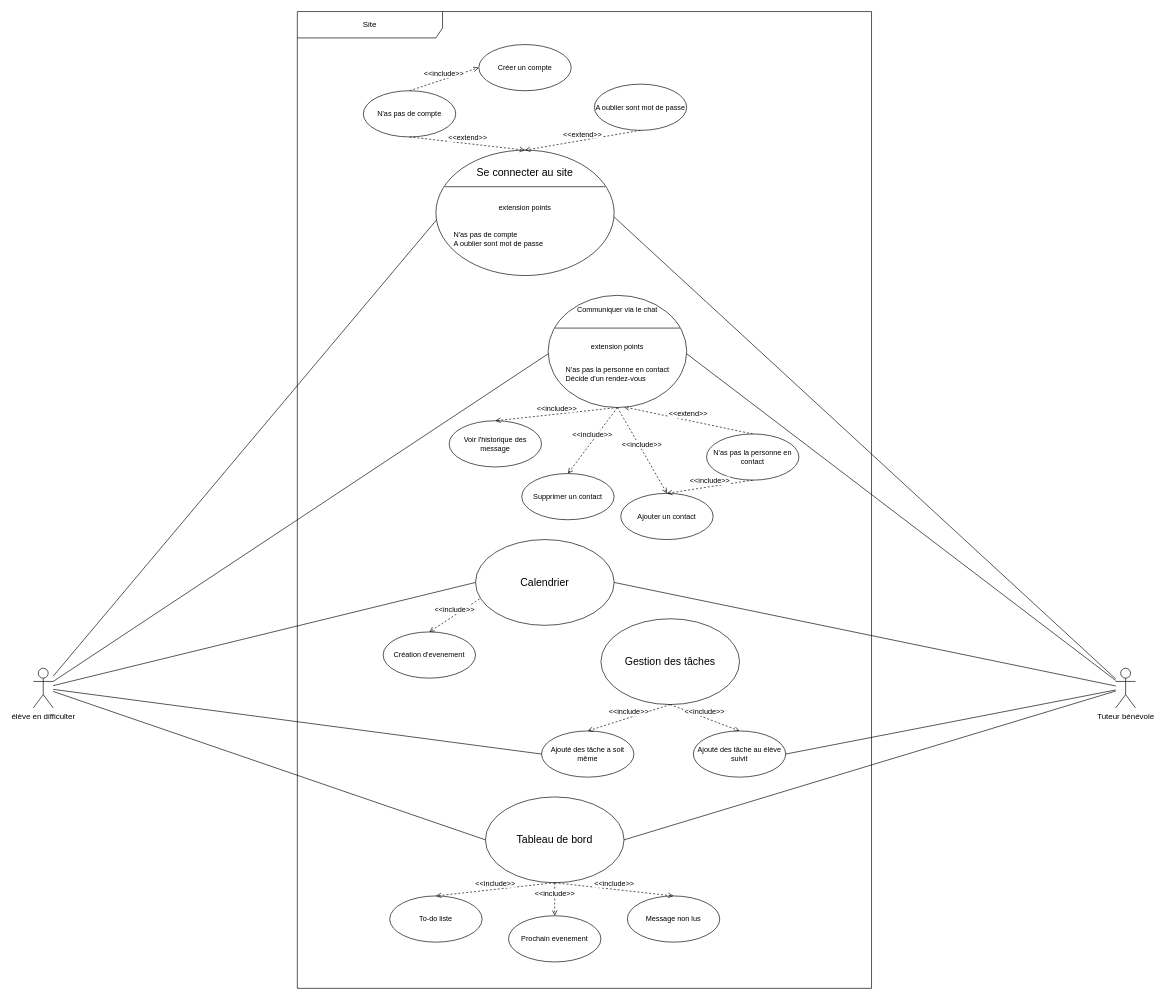
Above: diagramme_de_cas_d'usage.drawio in CuteSlime/P3-Learn-home (draw.io), before the change. Source tidied: cells renumbered, new cells numbered last; positions are measured from the earlier drawing's top-left corner, leaving out a move shared by most shapes. Both pictures are drawn from the tidied source at 66%, with x=0, y=0 at pixel (33, 11).
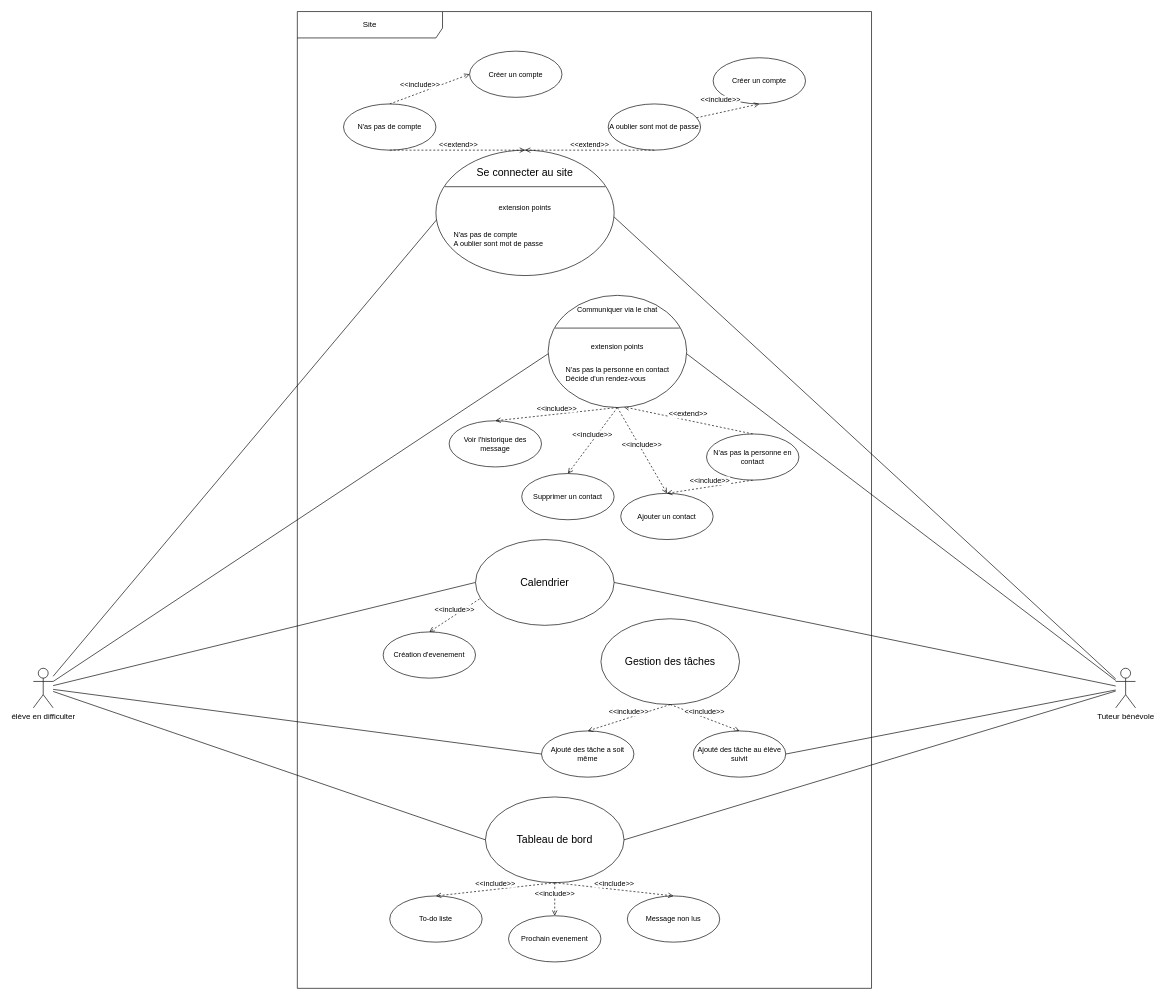
The same diagram, later.

Commit message:
Mettre à jour diagramme_de_cas_d'usage.drawio

The edit, as a diff of the source:
```diff
@@
     <mxCell id="15" value="N'as pas de compte" style="ellipse;whiteSpace=wrap;html=1;fontFamily=Helvetica;fontSize=11;fontColor=default;" parent="1" vertex="1">
-      <mxGeometry x="500" y="120" width="140" height="70" as="geometry" />
+      <mxGeometry x="470" y="140" width="140" height="70" as="geometry" />
     </mxCell>
@@
     <mxCell id="22" value="&amp;lt;&amp;lt;include&amp;gt;&amp;gt;" style="html=1;verticalAlign=bottom;labelBackgroundColor=default;endArrow=open;endFill=0;dashed=1;rounded=0;strokeColor=default;fontFamily=Helvetica;fontSize=11;fontColor=default;shape=connector;exitX=0.5;exitY=0;exitDx=0;exitDy=0;entryX=0;entryY=0.5;entryDx=0;entryDy=0;" parent="1" edge="1" source="15" target="23">
-      <mxGeometry relative="1" as="geometry" />
+      <mxGeometry x="-0.23" y="3" relative="1" as="geometry" />
     </mxCell>
     <mxCell id="23" value="Créer un compte" style="ellipse;whiteSpace=wrap;html=1;fontFamily=Helvetica;fontSize=11;fontColor=default;" parent="1" vertex="1">
-      <mxGeometry x="675" y="50" width="140" height="70" as="geometry" />
+      <mxGeometry x="661" y="60" width="140" height="70" as="geometry" />
     </mxCell>
     <mxCell id="24" value="A oublier sont mot de passe" style="ellipse;whiteSpace=wrap;html=1;fontFamily=Helvetica;fontSize=11;fontColor=default;" parent="1" vertex="1">
-      <mxGeometry x="850" y="110" width="140" height="70" as="geometry" />
+      <mxGeometry x="871" y="140" width="140" height="70" as="geometry" />
     </mxCell>
@@
+    <mxCell id="55" value="Créer un compte" style="ellipse;whiteSpace=wrap;html=1;fontFamily=Helvetica;fontSize=11;fontColor=default;" parent="1" vertex="1">
+      <mxGeometry x="1030" y="70" width="140" height="70" as="geometry" />
+    </mxCell>
+    <mxCell id="56" value="&amp;lt;&amp;lt;include&amp;gt;&amp;gt;" style="html=1;verticalAlign=bottom;labelBackgroundColor=default;endArrow=open;endFill=0;dashed=1;rounded=0;strokeColor=default;fontFamily=Helvetica;fontSize=11;fontColor=default;shape=connector;entryX=0.5;entryY=1;entryDx=0;entryDy=0;" parent="1" edge="1" source="24" target="55">
+      <mxGeometry x="-0.19" y="10" relative="1" as="geometry" />
+    </mxCell>
```
